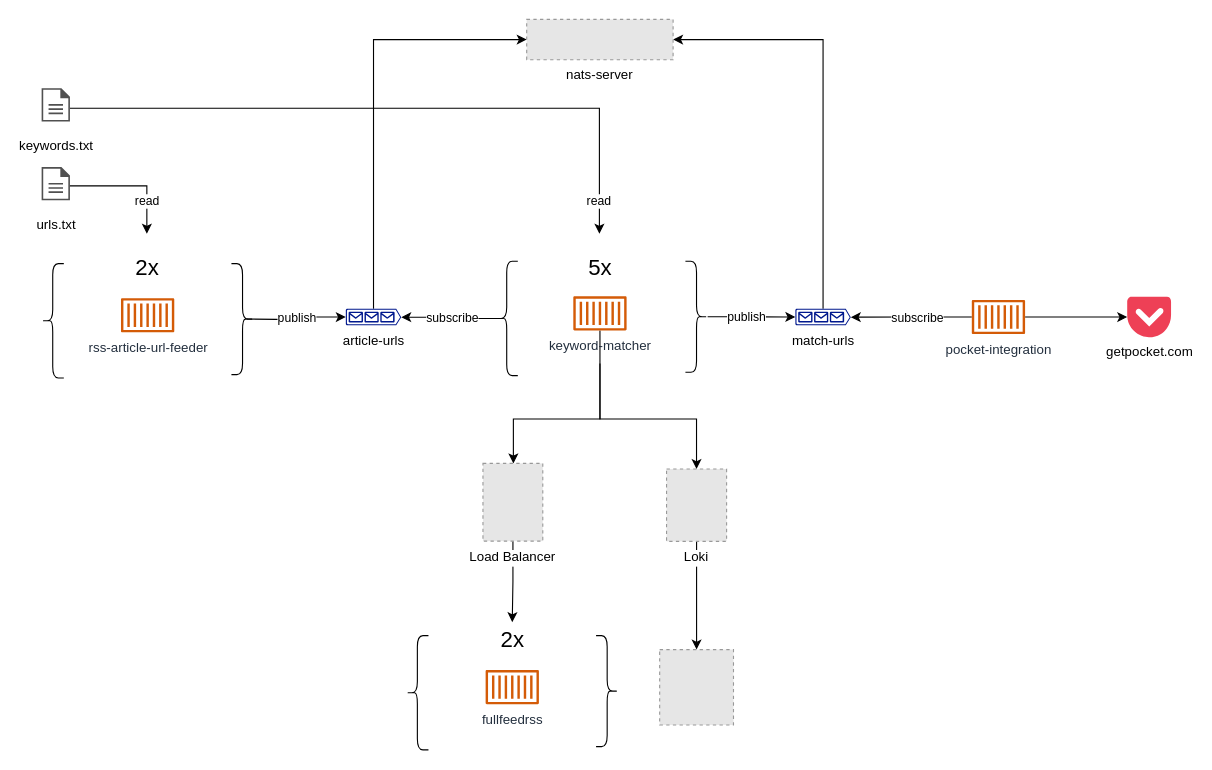
The draw.io diagram architecture.drawio in heussd/nats-news-analysis, before the edit. Source tidied: cells renumbered, new cells numbered last; positions are measured from the earlier drawing's top-left corner, leaving out a move shared by most shapes. Both pictures are drawn from the tidied source at 111%, with x=0, y=0 at pixel (41, 19). Pictures stored in the file or linked from it are replaced by grey dashed boxes.
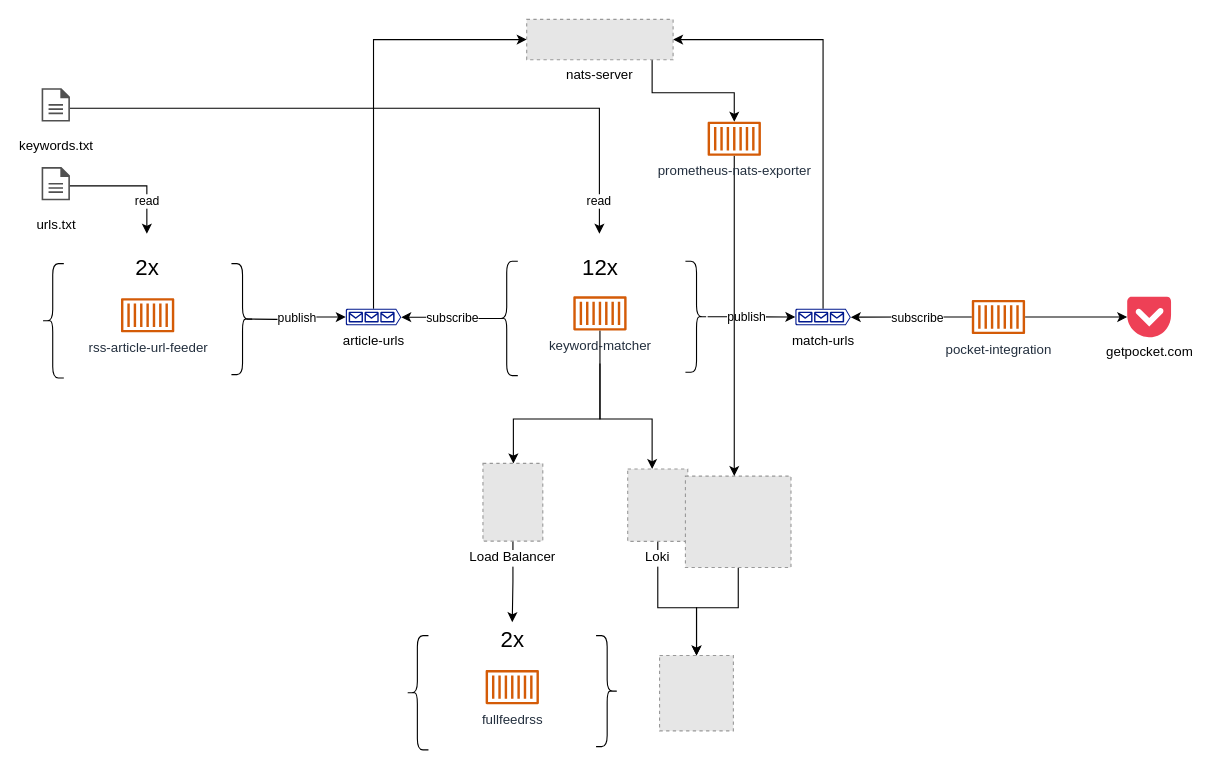
Above is the later version.

Commit message (it also covers changes not shown here):
Add nats stream stats via prometheus

Unchanged cells that the change refers to:
```xml
<mxCell id="11" value="keyword-matcher" style="sketch=0;outlineConnect=0;fontColor=#232F3E;gradientColor=none;fillColor=#D45B07;strokeColor=none;dashed=0;verticalLabelPosition=bottom;verticalAlign=top;align=center;html=1;fontSize=12;fontStyle=0;shape=mxgraph.aws4.container_1;" parent="1" vertex="1">
  <mxGeometry x="479" y="249.4" width="48" height="31" as="geometry" />
</mxCell>
<mxCell id="36" value="nats-server" style="fillColor=#E6E6E6;strokeColor=#999999;dashed=1;verticalLabelPosition=bottom;labelBackgroundColor=default;verticalAlign=top;" parent="1" vertex="1">
  <mxGeometry x="437" width="131.9" height="36.3" as="geometry" />
</mxCell>
```

Diff of the diagram source:
```diff
@@
     <mxCell id="10" style="edgeStyle=orthogonalEdgeStyle;rounded=0;hachureGap=4;jettySize=auto;html=1;fontFamily=Architects Daughter;fontSize=16;" parent="1" edge="1" source="11" target="41">
       <mxGeometry relative="1" as="geometry">
         <Array as="points">
           <mxPoint x="503" y="360" />
-          <mxPoint x="590" y="360" />
+          <mxPoint x="550" y="360" />
         </Array>
       </mxGeometry>
     </mxCell>
@@
-    <mxCell id="24" value="&lt;font style=&quot;font-size: 20px;&quot;&gt;5x&lt;/font&gt;" style="text;html=1;strokeColor=none;fillColor=none;align=center;verticalAlign=middle;whiteSpace=wrap;rounded=0;" parent="1" vertex="1">
+    <mxCell id="24" value="&lt;font style=&quot;font-size: 20px;&quot;&gt;12x&lt;/font&gt;" style="text;html=1;strokeColor=none;fillColor=none;align=center;verticalAlign=middle;whiteSpace=wrap;rounded=0;" parent="1" vertex="1">
       <mxGeometry x="474.5" y="207.9" width="57" height="30" as="geometry" />
     </mxCell>
@@
+    <mxCell id="42" style="edgeStyle=orthogonalEdgeStyle;rounded=0;hachureGap=4;jettySize=auto;html=1;fontFamily=Architects Daughter;fontSize=16;" parent="1" edge="1" source="36" target="46">
+      <mxGeometry relative="1" as="geometry">
+        <Array as="points">
+          <mxPoint x="550" y="66" />
+        </Array>
+      </mxGeometry>
+    </mxCell>
@@
     <mxCell id="39" style="fillColor=#E6E6E6;strokeColor=#999999;dashed=1;verticalLabelPosition=bottom;labelBackgroundColor=default;verticalAlign=top;fontFamily=Architects Daughter;fontSize=20;" parent="1" vertex="1">
-      <mxGeometry x="556.8" y="567.7" width="66.5" height="67.9" as="geometry" />
+      <mxGeometry x="556.7" y="573" width="66.5" height="67.9" as="geometry" />
     </mxCell>
     <mxCell id="40" style="edgeStyle=orthogonalEdgeStyle;rounded=0;hachureGap=4;jettySize=auto;html=1;fontFamily=Architects Daughter;fontSize=16;" parent="1" edge="1" source="41" target="39">
-      <mxGeometry relative="1" as="geometry" />
+      <mxGeometry relative="1" as="geometry">
+        <Array as="points">
+          <mxPoint x="555" y="530" />
+          <mxPoint x="590" y="530" />
+        </Array>
+      </mxGeometry>
     </mxCell>
     <mxCell id="41" value="Loki" style="fillColor=#E6E6E6;strokeColor=#999999;dashed=1;verticalLabelPosition=bottom;labelBackgroundColor=default;verticalAlign=top;" parent="1" vertex="1">
-      <mxGeometry x="563" y="405" width="54.1" height="65.2" as="geometry" />
+      <mxGeometry x="528" y="405" width="54.1" height="65.2" as="geometry" />
     </mxCell>
+    <mxCell id="43" style="edgeStyle=orthogonalEdgeStyle;rounded=0;hachureGap=4;jettySize=auto;html=1;fontFamily=Architects Daughter;fontSize=16;" parent="1" edge="1" source="44" target="39">
+      <mxGeometry relative="1" as="geometry">
+        <Array as="points">
+          <mxPoint x="628" y="530" />
+          <mxPoint x="590" y="530" />
+        </Array>
+      </mxGeometry>
+    </mxCell>
+    <mxCell id="44" style="fillColor=#E6E6E6;strokeColor=#999999;dashed=1;verticalLabelPosition=bottom;labelBackgroundColor=default;verticalAlign=top;fontFamily=Architects Daughter;fontSize=20;" parent="1" vertex="1">
+      <mxGeometry x="580" y="411.4" width="95.1" height="82.3" as="geometry" />
+    </mxCell>
+    <mxCell id="45" style="edgeStyle=orthogonalEdgeStyle;rounded=0;hachureGap=4;jettySize=auto;html=1;fontFamily=Architects Daughter;fontSize=16;" parent="1" edge="1" source="46" target="44">
+      <mxGeometry relative="1" as="geometry">
+        <Array as="points">
+          <mxPoint x="624" y="438" />
+        </Array>
+      </mxGeometry>
+    </mxCell>
+    <mxCell id="46" value="prometheus-nats-exporter" style="sketch=0;outlineConnect=0;fontColor=#232F3E;gradientColor=none;fillColor=#D45B07;strokeColor=none;dashed=0;verticalLabelPosition=bottom;verticalAlign=top;align=center;html=1;fontSize=12;fontStyle=0;shape=mxgraph.aws4.container_1;" parent="1" vertex="1">
+      <mxGeometry x="600" y="92" width="48" height="31" as="geometry" />
+    </mxCell>
```
